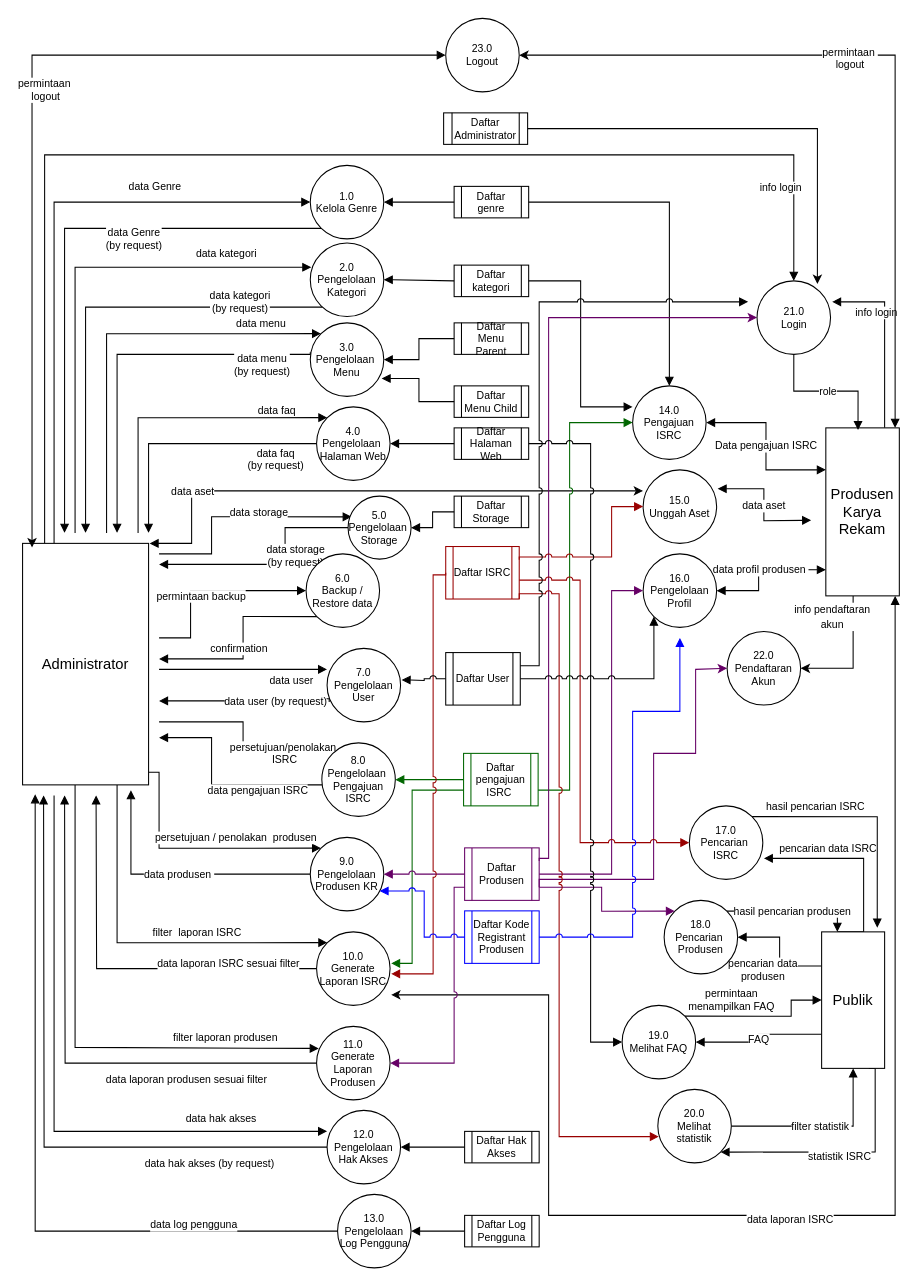
This is page "DVD lv.1" (5 of 26) of Kerjaan 2022/ERD.drawio from Mithaau/Kerjaan-2022, a draw.io file, before an edit. Source tidied: cells renumbered, new cells numbered last; positions are measured from the earlier drawing's top-left corner, leaving out a move shared by most shapes. Both pictures are drawn from the tidied source at 105%, with x=0, y=0 at pixel (22, 18).
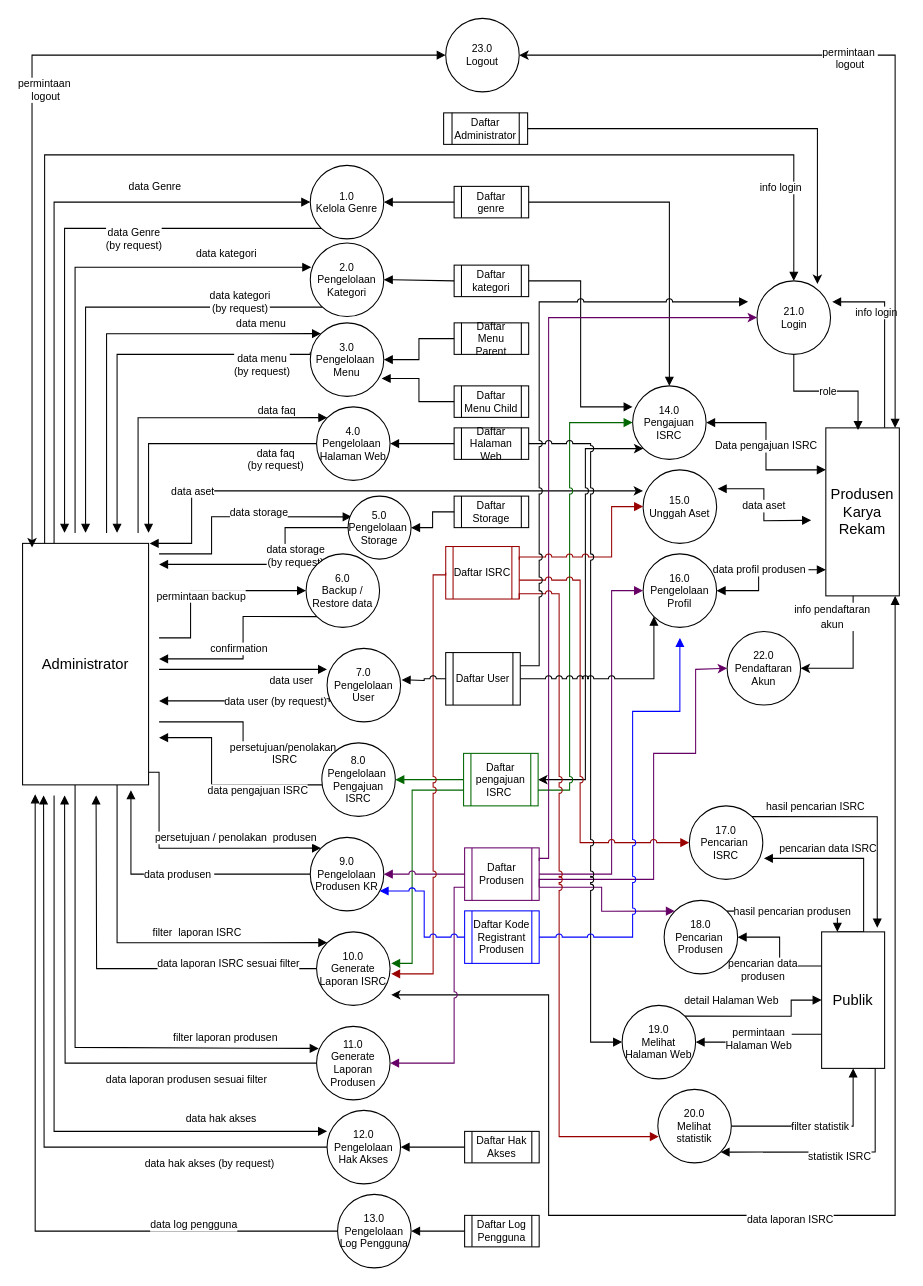
The same page after the edit.

The change refers to these unchanged cells:
```xml
<mxCell id="30" value="Publik" style="rounded=0;whiteSpace=wrap;html=1;fontSize=14;" parent="1" vertex="1">
  <mxGeometry x="761" y="870" width="60" height="130" as="geometry" />
</mxCell>
<mxCell id="53" value="14.0 &lt;br style=&quot;font-size: 10px;&quot;&gt;Pengajuan ISRC" style="ellipse;whiteSpace=wrap;html=1;fontSize=10;" parent="1" vertex="1">
  <mxGeometry x="581" y="350" width="70" height="70" as="geometry" />
</mxCell>
<mxCell id="86" value="Daftar pengajuan ISRC&amp;nbsp;" style="shape=process;whiteSpace=wrap;html=1;left=0;right=0;fillColor=none;fontSize=10;strokeWidth=1;strokeColor=#006600;" parent="1" vertex="1">
  <mxGeometry x="420" y="700" width="71" height="50" as="geometry" />
</mxCell>
```

What changed in the source:
```diff
@@
-    <mxCell id="27" value="FAQ" style="edgeStyle=orthogonalEdgeStyle;rounded=0;jumpStyle=arc;jettySize=auto;html=1;fontSize=10;startArrow=none;startFill=0;endArrow=block;endFill=1;startSize=6;endSize=6;exitX=0;exitY=0.75;exitDx=0;exitDy=0;" parent="1" edge="1" source="30" target="63">
+    <mxCell id="27" value="permintaan&lt;br&gt;Halaman Web" style="edgeStyle=orthogonalEdgeStyle;rounded=0;jumpStyle=arc;jettySize=auto;html=1;fontSize=10;startArrow=none;startFill=0;endArrow=block;endFill=1;startSize=6;endSize=6;exitX=0;exitY=0.75;exitDx=0;exitDy=0;" parent="1" edge="1" source="30" target="63">
       <mxGeometry relative="1" as="geometry" />
     </mxCell>
@@
+    <mxCell id="119" style="edgeStyle=orthogonalEdgeStyle;rounded=0;jettySize=auto;html=1;exitX=0;exitY=1;exitDx=0;exitDy=0;entryX=1;entryY=0.5;entryDx=0;entryDy=0;fontSize=10;startArrow=classic;startFill=1;jumpStyle=arc;" parent="1" edge="1" source="53" target="86">
+      <mxGeometry relative="1" as="geometry" />
+    </mxCell>
@@
-    <mxCell id="62" value="permintaan &lt;br&gt;menampilkan FAQ" style="edgeStyle=orthogonalEdgeStyle;rounded=0;jumpStyle=arc;jettySize=auto;html=1;entryX=0;entryY=0.5;entryDx=0;entryDy=0;fontSize=10;startArrow=none;startFill=0;endArrow=block;endFill=1;startSize=6;endSize=6;exitX=1;exitY=0;exitDx=0;exitDy=0;" parent="1" edge="1" source="63" target="30">
+    <mxCell id="62" value="detail Halaman Web" style="edgeStyle=orthogonalEdgeStyle;rounded=0;jumpStyle=arc;jettySize=auto;html=1;entryX=0;entryY=0.5;entryDx=0;entryDy=0;fontSize=10;startArrow=none;startFill=0;endArrow=block;endFill=1;startSize=6;endSize=6;exitX=1;exitY=0;exitDx=0;exitDy=0;" parent="1" edge="1" source="63" target="30">
       <mxGeometry x="-0.39" y="15" relative="1" as="geometry">
         <Array as="points">
           <mxPoint x="732" y="950" />
           <mxPoint x="732" y="935" />
         </Array>
       </mxGeometry>
     </mxCell>
-    <mxCell id="63" value="19.0 &lt;br style=&quot;font-size: 10px;&quot;&gt;Melihat FAQ" style="ellipse;whiteSpace=wrap;html=1;fontSize=10;" parent="1" vertex="1">
+    <mxCell id="63" value="19.0 &lt;br style=&quot;font-size: 10px;&quot;&gt;Melihat Halaman Web" style="ellipse;whiteSpace=wrap;html=1;fontSize=10;" parent="1" vertex="1">
       <mxGeometry x="571" y="940" width="70" height="70" as="geometry" />
     </mxCell>
```
